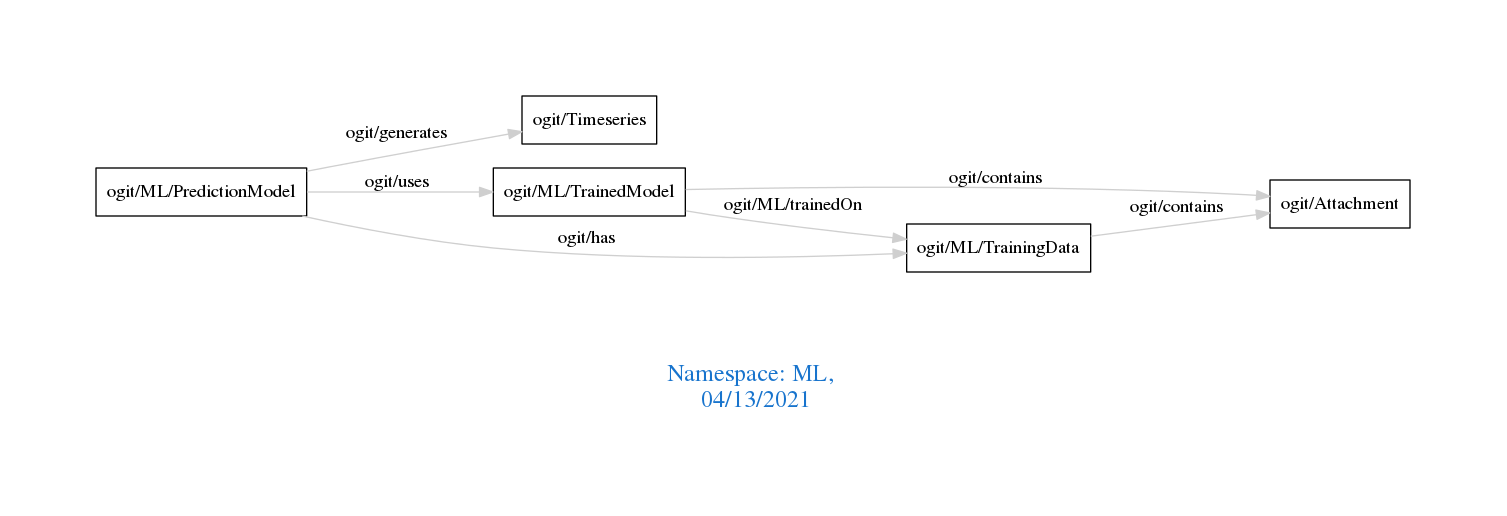
The Graphviz diagram downloads/ML.png in arago/OGIT, before a commit. Its source is kept beside it as downloads/ML.dot.
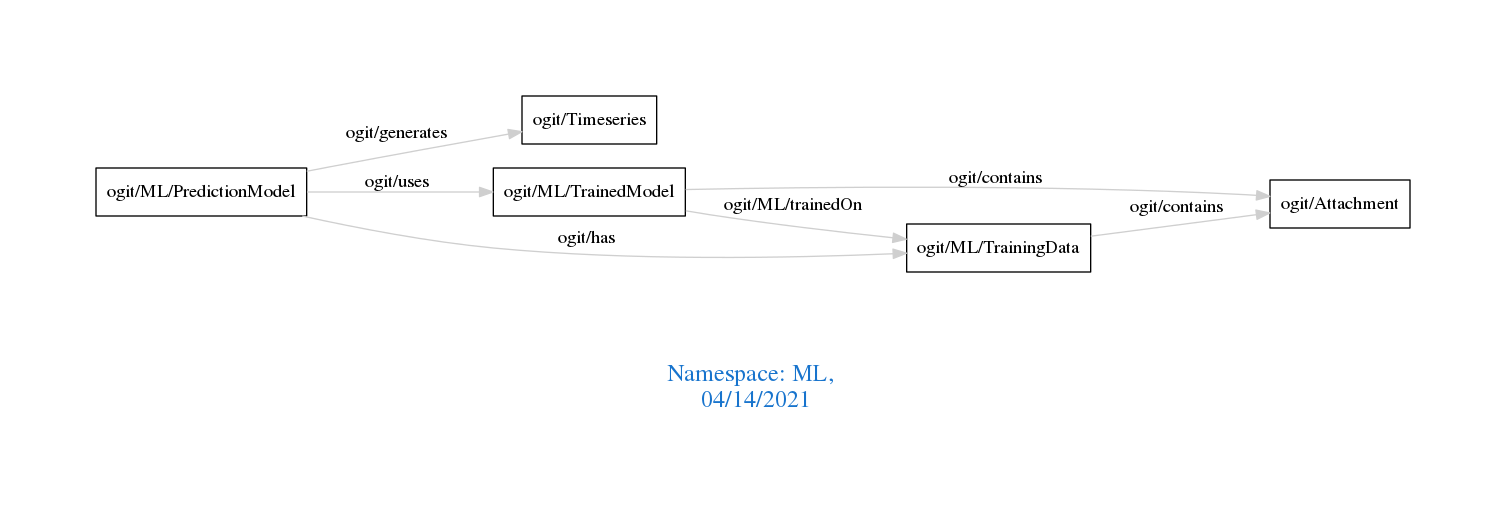
Later version of the same file.

Diff of the diagram source:
```diff
@@ -1,7 +1,7 @@
 digraph OGIT_ontology {
  graph [ rankdir= LR,pad=1
 fontsize = 18,
-fontcolor= dodgerblue3,label = "\n\n\nNamespace: ML, \n 04/13/2021"];
+fontcolor= dodgerblue3,label = "\n\n\nNamespace: ML, \n 04/14/2021"];
 node[shape=polygon];
 edge [  color="gray81"];
 
```
